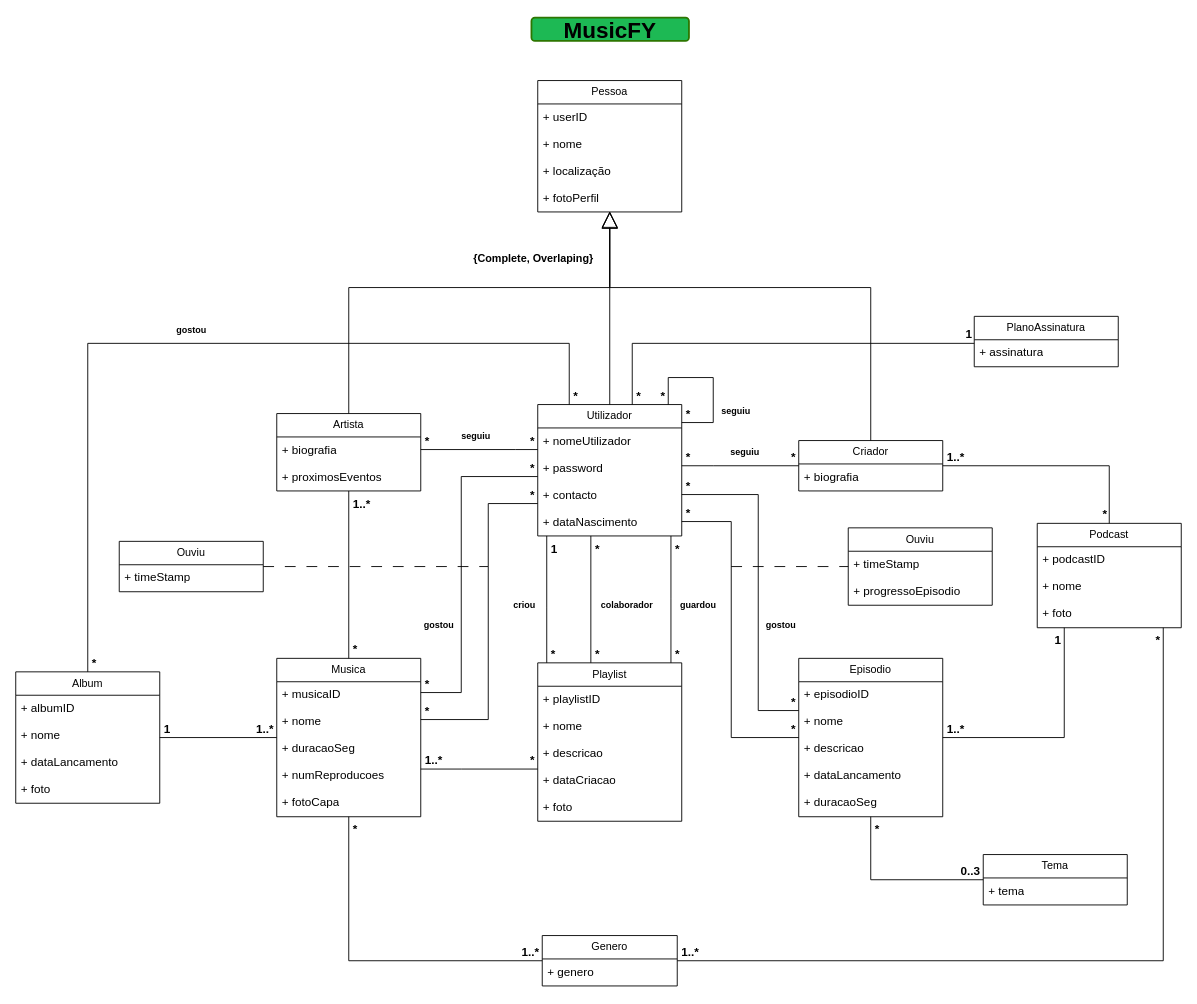
The draw.io diagram UMLmusicFY.drawio in PedroLunet/database, before the edit. Source tidied: cells renumbered, new cells numbered last; positions are measured from the earlier drawing's top-left corner, leaving out a move shared by most shapes. Both pictures are drawn from the tidied source at 90%, with x=0, y=0 at pixel (15, 17).
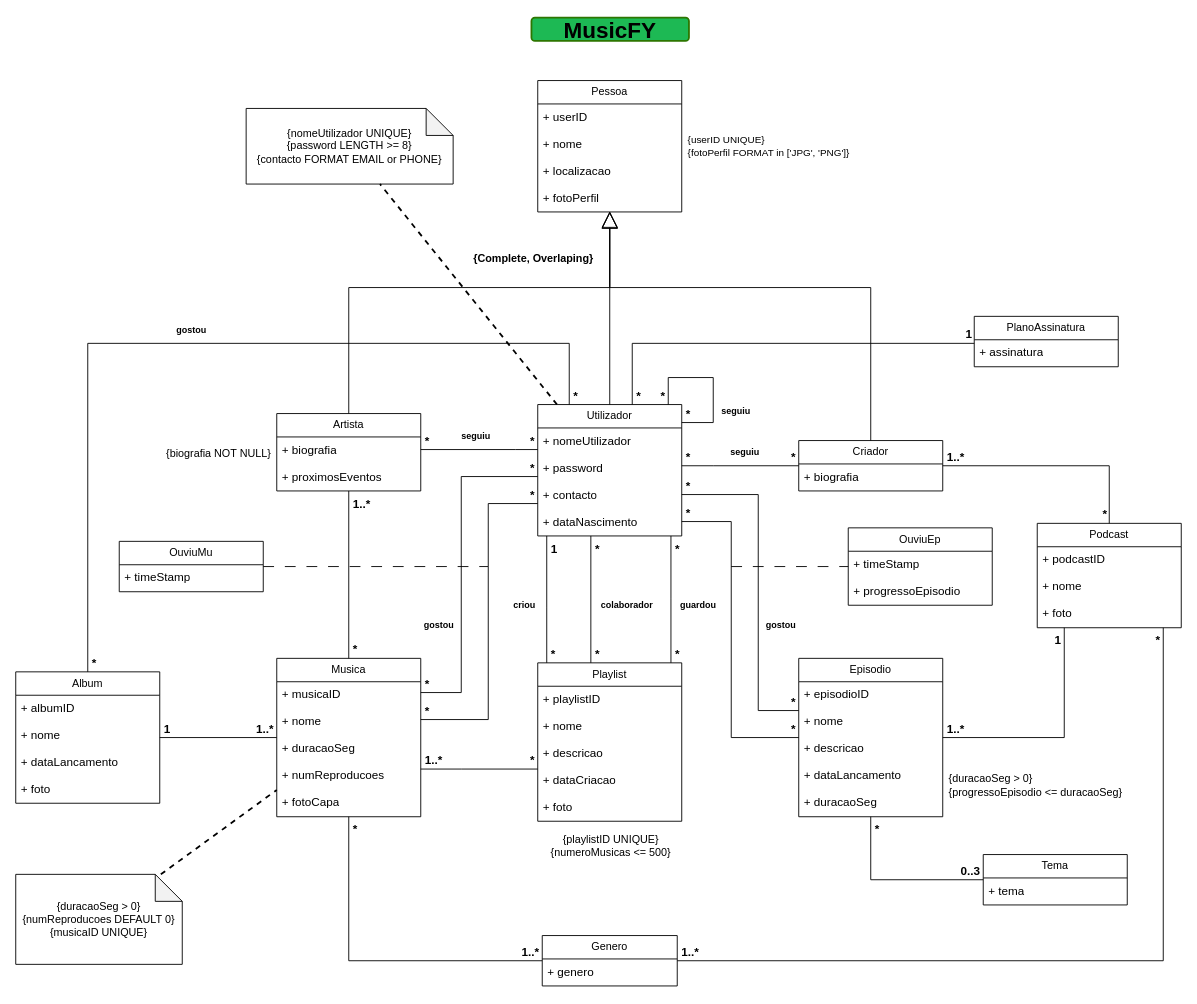
The same diagram, later.

Unchanged cells that the change refers to:
```xml
<mxCell id="2" value="Pessoa" style="swimlane;fontStyle=0;horizontal=1;startSize=26;fillColor=none;whiteSpace=wrap;html=1;" parent="1" vertex="1">
  <mxGeometry x="580" y="70" width="160" height="146" as="geometry" />
</mxCell>
<mxCell id="7" value="Utilizador" style="swimlane;fontStyle=0;horizontal=1;startSize=26;fillColor=none;whiteSpace=wrap;html=1;" parent="1" vertex="1">
  <mxGeometry x="580" y="430" width="160" height="146" as="geometry" />
</mxCell>
<mxCell id="31" value="Musica" style="swimlane;fontStyle=0;horizontal=1;startSize=26;fillColor=none;whiteSpace=wrap;html=1;" parent="1" vertex="1">
  <mxGeometry x="290" y="712" width="160" height="176" as="geometry" />
</mxCell>
```

The edit, as a diff of the source:
```diff
@@
-    <mxCell id="5" value="+ localização" style="text;strokeColor=none;fillColor=none;align=left;verticalAlign=top;spacingLeft=4;spacingRight=4;overflow=hidden;whiteSpace=wrap;html=1;fontSize=13;" parent="2" vertex="1">
+    <mxCell id="5" value="+ localizacao" style="text;strokeColor=none;fillColor=none;align=left;verticalAlign=top;spacingLeft=4;spacingRight=4;overflow=hidden;whiteSpace=wrap;html=1;fontSize=13;" parent="2" vertex="1">
       <mxGeometry y="86" width="160" height="30" as="geometry" />
     </mxCell>
@@
-    <mxCell id="81" value="Ouviu" style="swimlane;fontStyle=0;horizontal=1;startSize=26;fillColor=none;whiteSpace=wrap;html=1;" parent="1" vertex="1">
+    <mxCell id="81" value="OuviuMu" style="swimlane;fontStyle=0;horizontal=1;startSize=26;fillColor=none;whiteSpace=wrap;html=1;" parent="1" vertex="1">
       <mxGeometry x="115" y="582" width="160" height="56" as="geometry" />
     </mxCell>
@@
-    <mxCell id="93" value="Ouviu" style="swimlane;fontStyle=0;horizontal=1;startSize=26;fillColor=none;whiteSpace=wrap;html=1;" parent="1" vertex="1">
+    <mxCell id="93" value="OuviuEp" style="swimlane;fontStyle=0;horizontal=1;startSize=26;fillColor=none;whiteSpace=wrap;html=1;" parent="1" vertex="1">
       <mxGeometry x="925" y="567" width="160" height="86" as="geometry" />
     </mxCell>
@@
+    <mxCell id="136" value="{userID UNIQUE}&lt;div&gt;{fotoPerfil FORMAT in ['JPG', 'PNG']}&lt;/div&gt;" style="text;html=1;align=left;verticalAlign=middle;strokeColor=none;fillColor=none;fontSize=11;" parent="1" vertex="1">
+      <mxGeometry x="745" y="123" width="200" height="40" as="geometry" />
+    </mxCell>
+    <mxCell id="137" value="{nomeUtilizador UNIQUE}&lt;div&gt;{password LENGTH &amp;gt;= 8}&lt;/div&gt;&lt;div&gt;{contacto FORMAT EMAIL or PHONE}&lt;/div&gt;" style="shape=note;whiteSpace=wrap;html=1;backgroundOutline=1;darkOpacity=0.05;" parent="1" vertex="1">
+      <mxGeometry x="256" y="101" width="230" height="84" as="geometry" />
+    </mxCell>
+    <mxCell id="138" style="endArrow=none;dashed=1;html=1;strokeWidth=2;rounded=0;" parent="1" edge="1" source="7" target="137">
+      <mxGeometry relative="1" as="geometry" />
+    </mxCell>
+    <mxCell id="139" value="{duracaoSeg &amp;gt; 0}&lt;div&gt;{numReproducoes DEFAULT 0}&lt;/div&gt;&lt;div&gt;{musicaID UNIQUE}&lt;/div&gt;" style="shape=note;whiteSpace=wrap;html=1;backgroundOutline=1;darkOpacity=0.05;" parent="1" vertex="1">
+      <mxGeometry y="952" width="185" height="100" as="geometry" />
+    </mxCell>
+    <mxCell id="140" style="endArrow=none;dashed=1;html=1;strokeWidth=2;rounded=0;" parent="1" edge="1" source="139" target="31">
+      <mxGeometry relative="1" as="geometry" />
+    </mxCell>
+    <mxCell id="141" value="{playlistID UNIQUE}&lt;div&gt;{numeroMusicas &amp;lt;= 500}&lt;/div&gt;&lt;div&gt;&lt;br&gt;&lt;/div&gt;" style="text;html=1;align=center;verticalAlign=middle;strokeColor=none;fillColor=none;" parent="1" vertex="1">
+      <mxGeometry x="580.5" y="898" width="160" height="60" as="geometry" />
+    </mxCell>
+    <mxCell id="142" value="{duracaoSeg &amp;gt; 0}&lt;div&gt;{progressoEpisodio &amp;lt;= duracaoSeg}&lt;/div&gt;" style="text;html=1;align=left;verticalAlign=middle;strokeColor=none;fillColor=none;" parent="1" vertex="1">
+      <mxGeometry x="1035" y="833" width="220" height="40" as="geometry" />
+    </mxCell>
+    <mxCell id="143" value="{biografia NOT NULL}" style="text;html=1;align=right;verticalAlign=middle;strokeColor=none;fillColor=none;" parent="1" vertex="1">
+      <mxGeometry x="145" y="470" width="140" height="30" as="geometry" />
+    </mxCell>
```
